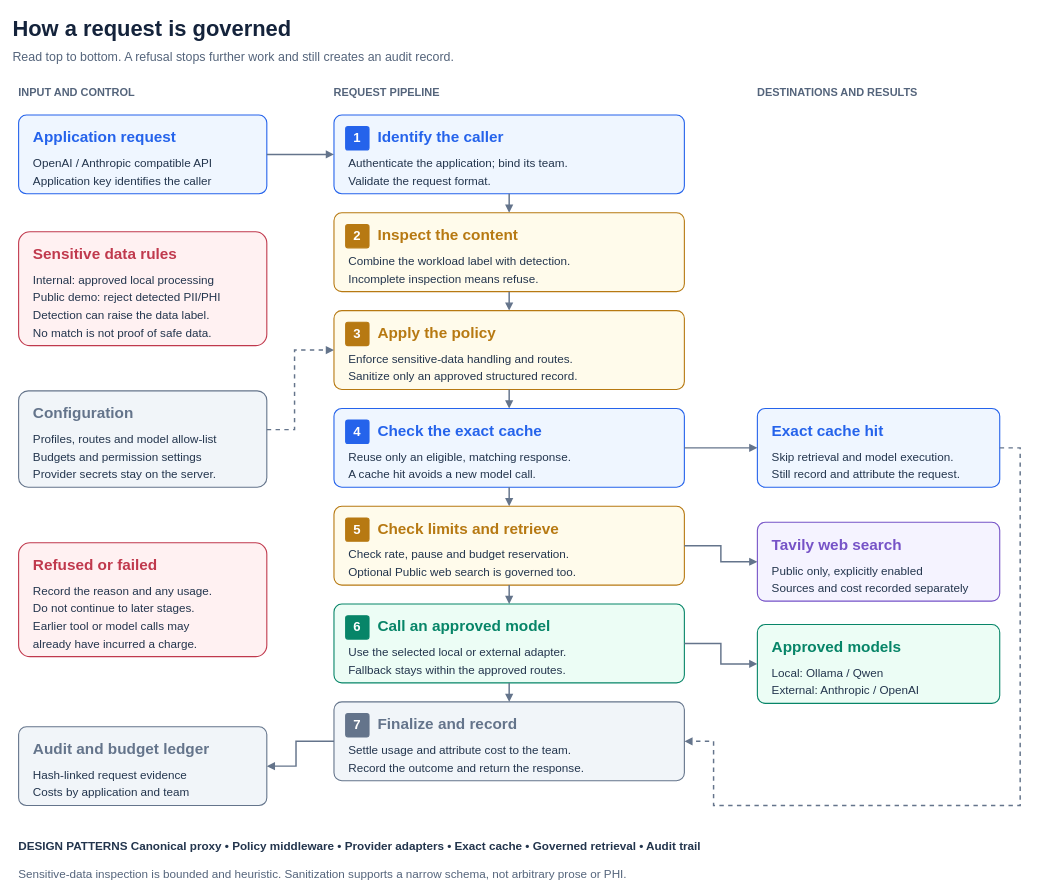
Earlier version of the draw.io diagram docs/diagrams/covenant-architecture.drawio (command0r/Covenant). Source tidied: cells renumbered, new cells numbered last; positions are measured from the earlier drawing's top-left corner, leaving out a move shared by most shapes. Both pictures are drawn from the tidied source at 73%, with x=0, y=0 at pixel (12, 12).
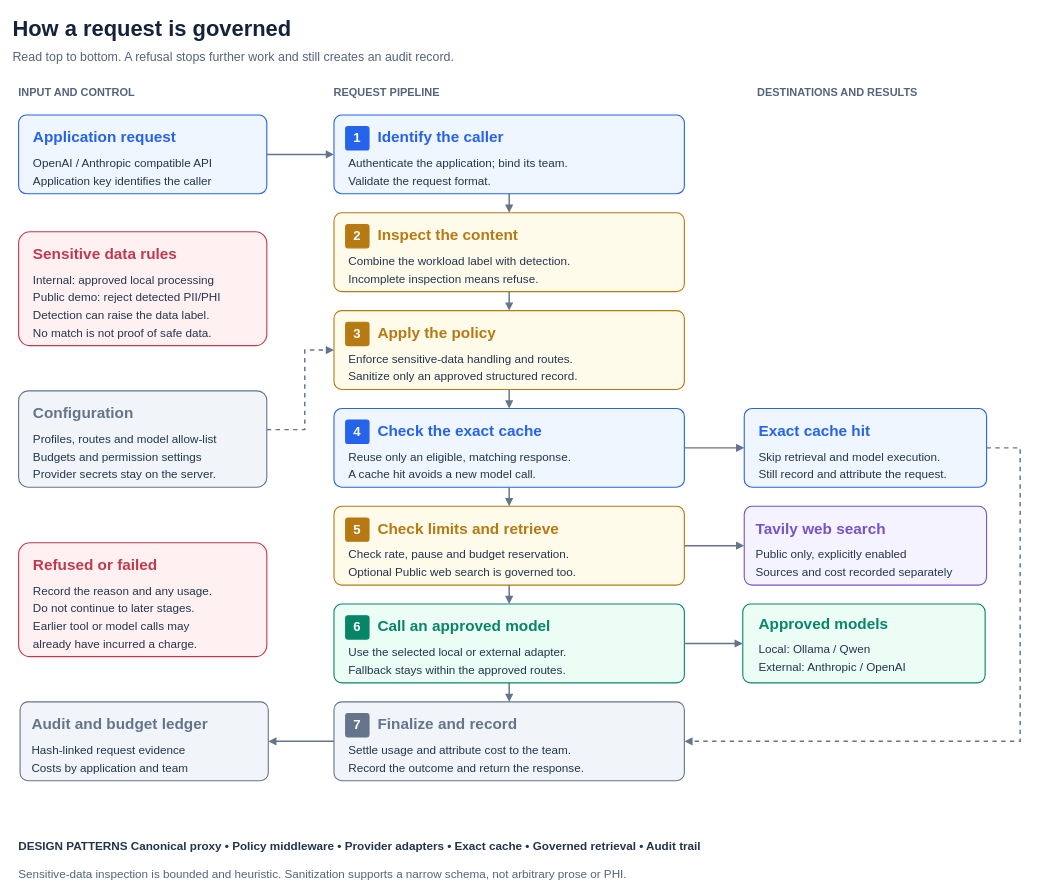
The same diagram, later.

Commit message (it also covers changes not shown here):
Refresh Covenant architecture diagrams and README previews

Change to the diagram source:
```diff
@@
     <mxCell id="71" style="endArrow=block;endFill=1;rounded=0;strokeColor=#64748B;strokeWidth=2;dashed=1;" parent="1" edge="1">
-      <mxGeometry relative="1" as="geometry">
+      <mxGeometry x="0.06" relative="1" as="geometry">
         <mxPoint x="348" y="571" as="sourcePoint" />
         <mxPoint x="440" y="462" as="targetPoint" />
         <Array as="points">
-          <mxPoint x="386" y="571" />
-          <mxPoint x="386" y="462" />
+          <mxPoint x="400" y="571" />
+          <mxPoint x="400" y="518" />
+          <mxPoint x="400" y="462" />
         </Array>
       </mxGeometry>
     </mxCell>
@@
     <mxCell id="78" style="rounded=1;arcSize=10;fillColor=#EFF6FF;strokeColor=#2563EB;strokeWidth=1.5;dashed=0;" parent="1" vertex="1">
-      <mxGeometry x="1020" y="542" width="332" height="108" as="geometry" />
+      <mxGeometry x="1002" y="542" width="332" height="108" as="geometry" />
     </mxCell>
     <mxCell id="79" value="Exact cache hit" style="text;html=0;whiteSpace=wrap;align=left;verticalAlign=middle;fontFamily=Arial;fontSize=21;fontColor=#2563EB;fontStyle=1;spacing=0;" parent="1" vertex="1">
-      <mxGeometry x="1040" y="557" width="296" height="30" as="geometry" />
+      <mxGeometry x="1022" y="557" width="296" height="30" as="geometry" />
     </mxCell>
     <mxCell id="80" value="Skip retrieval and model execution." style="text;html=0;whiteSpace=wrap;align=left;verticalAlign=middle;fontFamily=Arial;fontSize=16;fontColor=#23354D;fontStyle=0;spacing=0;" parent="1" vertex="1">
-      <mxGeometry x="1040" y="596" width="292" height="24" as="geometry" />
+      <mxGeometry x="1022" y="596" width="292" height="24" as="geometry" />
     </mxCell>
     <mxCell id="81" value="Still record and attribute the request." style="text;html=0;whiteSpace=wrap;align=left;verticalAlign=middle;fontFamily=Arial;fontSize=16;fontColor=#23354D;fontStyle=0;spacing=0;" parent="1" vertex="1">
-      <mxGeometry x="1040" y="620" width="292" height="24" as="geometry" />
+      <mxGeometry x="1022" y="620" width="292" height="24" as="geometry" />
     </mxCell>
-    <mxCell id="82" style="endArrow=block;endFill=1;rounded=0;strokeColor=#64748B;strokeWidth=2;dashed=0;" parent="1" edge="1">
+    <mxCell id="82" style="endArrow=block;endFill=1;rounded=0;strokeColor=#64748B;strokeWidth=2;dashed=0;" parent="1" edge="1" target="78">
       <mxGeometry relative="1" as="geometry">
         <mxPoint x="920" y="596" as="sourcePoint" />
-        <mxPoint x="1020" y="596" as="targetPoint" />
       </mxGeometry>
     </mxCell>
-    <mxCell id="83" style="endArrow=block;endFill=1;rounded=0;strokeColor=#64748B;strokeWidth=2;dashed=1;" parent="1" edge="1">
-      <mxGeometry relative="1" as="geometry">
-        <mxPoint x="1352" y="596" as="sourcePoint" />
+    <mxCell id="83" style="endArrow=block;endFill=1;rounded=0;strokeColor=#64748B;strokeWidth=2;dashed=1;exitX=1;exitY=0.5;exitDx=0;exitDy=0;" parent="1" edge="1" source="78">
+      <mxGeometry x="0.13" relative="1" as="geometry">
         <mxPoint x="920" y="998" as="targetPoint" />
         <Array as="points">
           <mxPoint x="1380" y="596" />
-          <mxPoint x="1380" y="1086" />
-          <mxPoint x="960" y="1086" />
+          <mxPoint x="1380" y="998" />
+          <mxPoint x="1170" y="998" />
           <mxPoint x="960" y="998" />
         </Array>
       </mxGeometry>
     </mxCell>
     <mxCell id="84" style="rounded=1;arcSize=10;fillColor=#F5F3FF;strokeColor=#7653C7;strokeWidth=1.5;dashed=0;" parent="1" vertex="1">
-      <mxGeometry x="1020" y="698" width="332" height="108" as="geometry" />
+      <mxGeometry x="1002" y="676" width="332" height="108" as="geometry" />
     </mxCell>
     <mxCell id="85" value="Tavily web search" style="text;html=0;whiteSpace=wrap;align=left;verticalAlign=middle;fontFamily=Arial;fontSize=21;fontColor=#7653C7;fontStyle=1;spacing=0;" parent="1" vertex="1">
-      <mxGeometry x="1040" y="713" width="296" height="30" as="geometry" />
+      <mxGeometry x="1018" y="691" width="296" height="30" as="geometry" />
     </mxCell>
     <mxCell id="86" value="Public only, explicitly enabled" style="text;html=0;whiteSpace=wrap;align=left;verticalAlign=middle;fontFamily=Arial;fontSize=16;fontColor=#23354D;fontStyle=0;spacing=0;" parent="1" vertex="1">
-      <mxGeometry x="1040" y="752" width="292" height="24" as="geometry" />
+      <mxGeometry x="1018" y="730" width="292" height="24" as="geometry" />
     </mxCell>
     <mxCell id="87" value="Sources and cost recorded separately" style="text;html=0;whiteSpace=wrap;align=left;verticalAlign=middle;fontFamily=Arial;fontSize=16;fontColor=#23354D;fontStyle=0;spacing=0;" parent="1" vertex="1">
-      <mxGeometry x="1040" y="776" width="292" height="24" as="geometry" />
+      <mxGeometry x="1018" y="754" width="292" height="24" as="geometry" />
     </mxCell>
-    <mxCell id="88" style="endArrow=block;endFill=1;rounded=0;strokeColor=#64748B;strokeWidth=2;dashed=0;" parent="1" edge="1">
-      <mxGeometry relative="1" as="geometry">
+    <mxCell id="88" style="endArrow=block;endFill=1;rounded=0;strokeColor=#64748B;strokeWidth=2;dashed=0;entryX=0;entryY=0.5;entryDx=0;entryDy=0;" parent="1" edge="1" target="84">
+      <mxGeometry x="-0.04" relative="1" as="geometry">
         <mxPoint x="920" y="730" as="sourcePoint" />
-        <mxPoint x="1020" y="752" as="targetPoint" />
         <Array as="points">
           <mxPoint x="970" y="730" />
-          <mxPoint x="970" y="752" />
         </Array>
       </mxGeometry>
     </mxCell>
     <mxCell id="89" style="rounded=1;arcSize=10;fillColor=#ECFDF5;strokeColor=#078568;strokeWidth=1.5;dashed=0;" parent="1" vertex="1">
-      <mxGeometry x="1020" y="838" width="332" height="108" as="geometry" />
+      <mxGeometry x="1000" y="810" width="332" height="108" as="geometry" />
     </mxCell>
     <mxCell id="90" value="Approved models" style="text;html=0;whiteSpace=wrap;align=left;verticalAlign=middle;fontFamily=Arial;fontSize=21;fontColor=#078568;fontStyle=1;spacing=0;" parent="1" vertex="1">
-      <mxGeometry x="1040" y="853" width="296" height="30" as="geometry" />
+      <mxGeometry x="1022" y="820.5" width="296" height="30" as="geometry" />
     </mxCell>
     <mxCell id="91" value="Local: Ollama / Qwen" style="text;html=0;whiteSpace=wrap;align=left;verticalAlign=middle;fontFamily=Arial;fontSize=16;fontColor=#23354D;fontStyle=0;spacing=0;" parent="1" vertex="1">
-      <mxGeometry x="1040" y="892" width="292" height="24" as="geometry" />
+      <mxGeometry x="1022" y="859.5" width="292" height="24" as="geometry" />
     </mxCell>
     <mxCell id="92" value="External: Anthropic / OpenAI" style="text;html=0;whiteSpace=wrap;align=left;verticalAlign=middle;fontFamily=Arial;fontSize=16;fontColor=#23354D;fontStyle=0;spacing=0;" parent="1" vertex="1">
-      <mxGeometry x="1040" y="916" width="292" height="24" as="geometry" />
+      <mxGeometry x="1022" y="883.5" width="292" height="24" as="geometry" />
     </mxCell>
-    <mxCell id="93" style="endArrow=block;endFill=1;rounded=0;strokeColor=#64748B;strokeWidth=2;dashed=0;" parent="1" edge="1">
+    <mxCell id="93" style="endArrow=block;endFill=1;rounded=0;strokeColor=#64748B;strokeWidth=2;dashed=0;entryX=0;entryY=0.5;entryDx=0;entryDy=0;" parent="1" edge="1" target="89">
       <mxGeometry relative="1" as="geometry">
         <mxPoint x="920" y="864" as="sourcePoint" />
-        <mxPoint x="1020" y="892" as="targetPoint" />
         <Array as="points">
           <mxPoint x="970" y="864" />
-          <mxPoint x="970" y="892" />
         </Array>
       </mxGeometry>
     </mxCell>
     <mxCell id="94" style="rounded=1;arcSize=10;fillColor=#F1F5F9;strokeColor=#64748B;strokeWidth=1.5;dashed=0;" parent="1" vertex="1">
-      <mxGeometry x="8" y="978" width="340" height="108" as="geometry" />
+      <mxGeometry x="10" y="944" width="340" height="108" as="geometry" />
     </mxCell>
     <mxCell id="95" value="Audit and budget ledger" style="text;html=0;whiteSpace=wrap;align=left;verticalAlign=middle;fontFamily=Arial;fontSize=21;fontColor=#64748B;fontStyle=1;spacing=0;" parent="1" vertex="1">
-      <mxGeometry x="28" y="993" width="304" height="30" as="geometry" />
+      <mxGeometry x="26" y="959" width="304" height="30" as="geometry" />
     </mxCell>
     <mxCell id="96" value="Hash-linked request evidence" style="text;html=0;whiteSpace=wrap;align=left;verticalAlign=middle;fontFamily=Arial;fontSize=16;fontColor=#23354D;fontStyle=0;spacing=0;" parent="1" vertex="1">
-      <mxGeometry x="28" y="1032" width="300" height="24" as="geometry" />
+      <mxGeometry x="26" y="998" width="300" height="24" as="geometry" />
     </mxCell>
     <mxCell id="97" value="Costs by application and team" style="text;html=0;whiteSpace=wrap;align=left;verticalAlign=middle;fontFamily=Arial;fontSize=16;fontColor=#23354D;fontStyle=0;spacing=0;" parent="1" vertex="1">
-      <mxGeometry x="28" y="1056" width="300" height="24" as="geometry" />
+      <mxGeometry x="26" y="1022" width="300" height="24" as="geometry" />
     </mxCell>
-    <mxCell id="98" style="endArrow=block;endFill=1;rounded=0;strokeColor=#64748B;strokeWidth=2;dashed=0;" parent="1" edge="1">
-      <mxGeometry relative="1" as="geometry">
+    <mxCell id="98" style="endArrow=block;endFill=1;rounded=0;strokeColor=#64748B;strokeWidth=2;dashed=0;entryX=1;entryY=0.5;entryDx=0;entryDy=0;" parent="1" edge="1" target="94">
+      <mxGeometry x="-0.08" relative="1" as="geometry">
         <mxPoint x="440" y="998" as="sourcePoint" />
-        <mxPoint x="348" y="1032" as="targetPoint" />
         <Array as="points">
           <mxPoint x="388" y="998" />
-          <mxPoint x="388" y="1032" />
         </Array>
       </mxGeometry>
     </mxCell>
```
